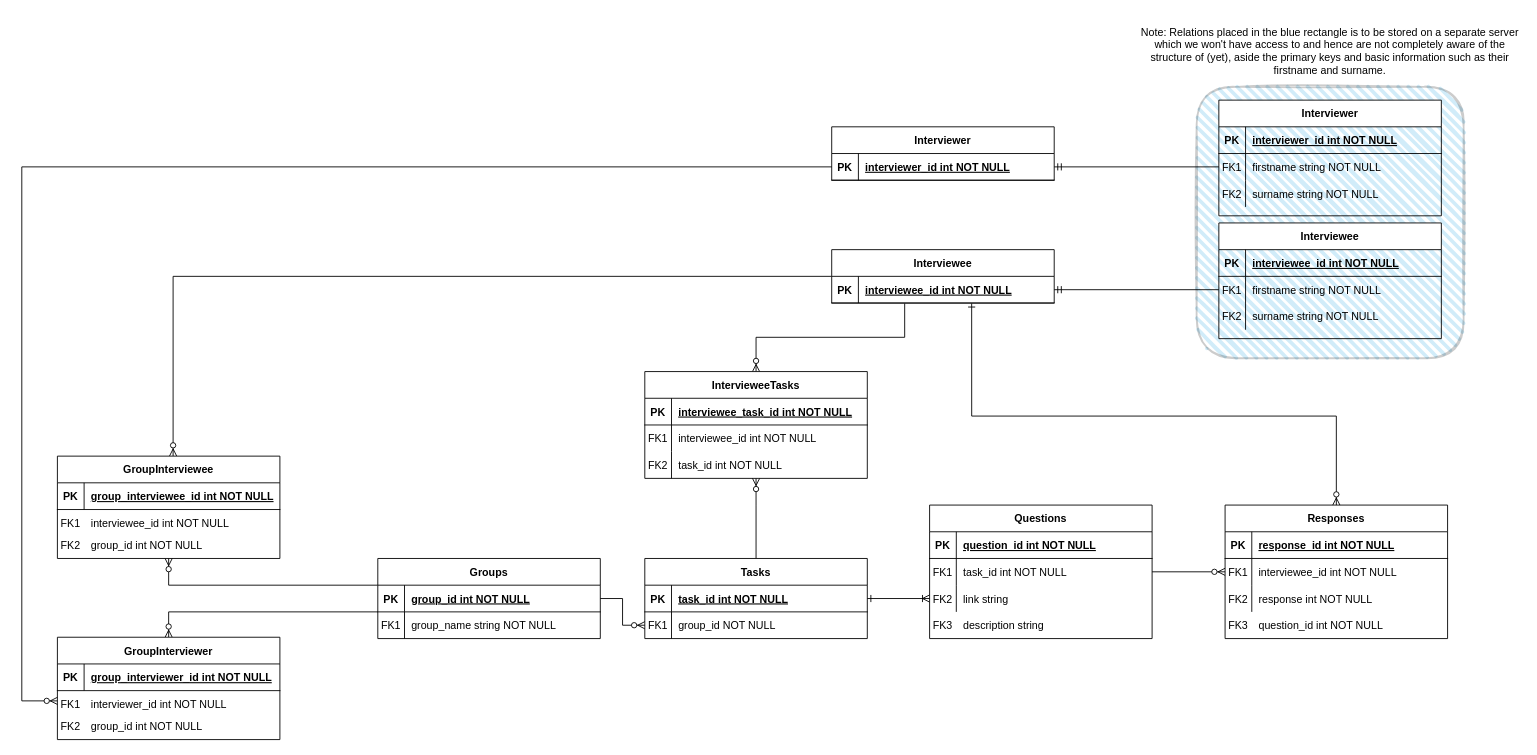
The draw.io diagram ActivityLeague.drawio in UCLComputerScience/COMP0016_2020_21_Team19, before the edit. Source tidied: cells renumbered, new cells numbered last; positions are measured from the earlier drawing's top-left corner, leaving out a move shared by most shapes. Both pictures are drawn from the tidied source at 89%, with x=0, y=0 at pixel (21, 15).
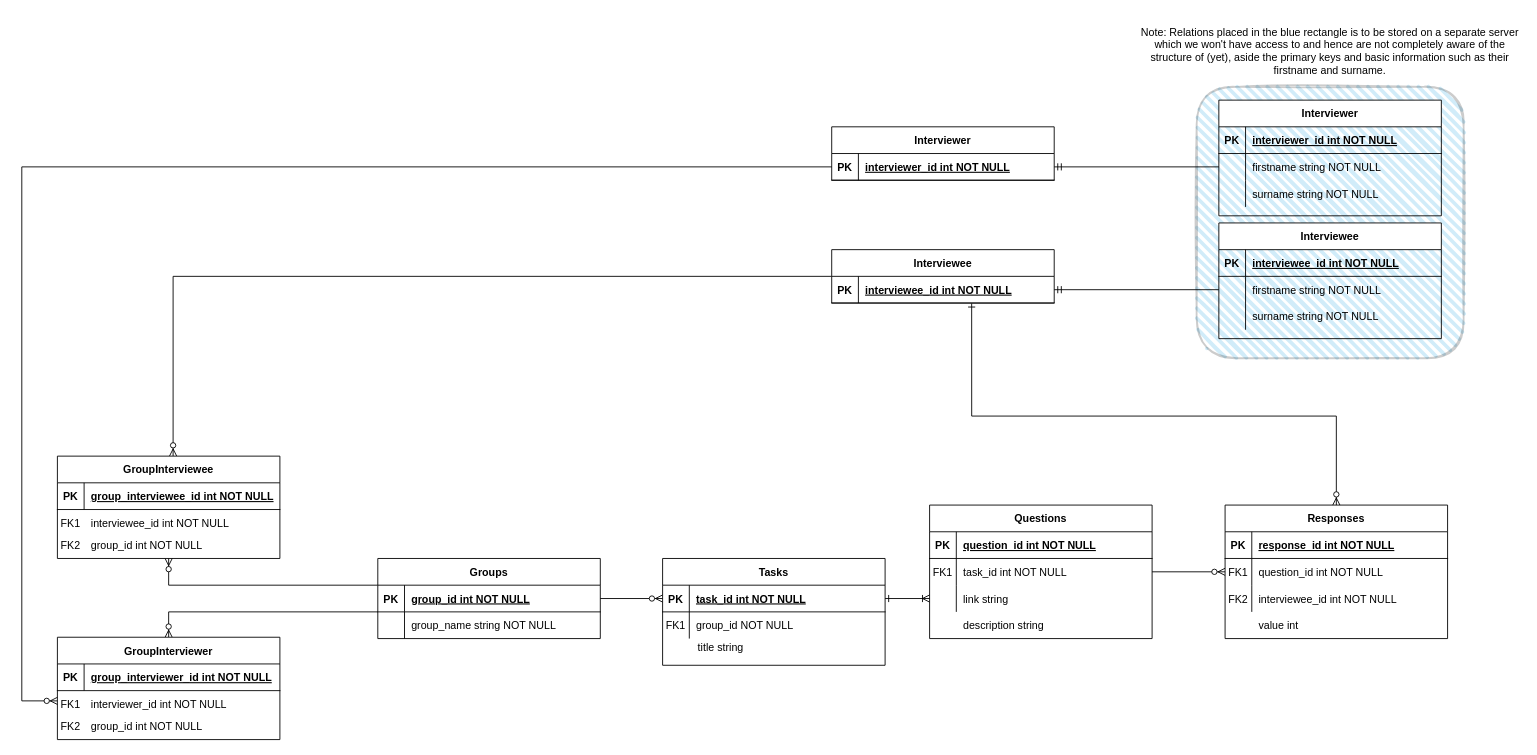
Above is the later version.

The change refers to these unchanged cells:
```xml
<mxCell id="7" style="shape=partialRectangle;fillColor=none;points=[[0,0.5],[1,0.5]];portConstraint=eastwest;top=0;left=0;right=0;bottom=1;" parent="6" vertex="1">
  <mxGeometry y="30" width="250" height="30" as="geometry" />
</mxCell>
<mxCell id="20" style="shape=partialRectangle;fillColor=none;points=[[0,0.5],[1,0.5]];portConstraint=eastwest;top=0;left=0;right=0;bottom=1;" parent="19" vertex="1">
  <mxGeometry y="30" width="250" height="30" as="geometry" />
</mxCell>
<mxCell id="23" style="shape=partialRectangle;fillColor=none;top=0;left=0;right=0;bottom=0;" parent="19" vertex="1">
  <mxGeometry y="60" width="250" height="30" as="geometry" />
</mxCell>
<mxCell id="39" style="group;" parent="1" vertex="1">
  <mxGeometry x="1020" y="550" width="250" height="150" as="geometry" />
</mxCell>
<mxCell id="47" style="shape=partialRectangle;fillColor=none;points=[[0,0.5],[1,0.5]];portConstraint=eastwest;top=0;left=0;right=0;bottom=0;" parent="40" vertex="1">
  <mxGeometry y="90" width="250" height="30" as="geometry" />
</mxCell>
<mxCell id="52" style="group;" parent="1" vertex="1">
  <mxGeometry x="1352" y="550" width="250" height="150" as="geometry" />
</mxCell>
<mxCell id="57" style="shape=partialRectangle;fillColor=none;points=[[0,0.5],[1,0.5]];portConstraint=eastwest;top=0;left=0;right=0;bottom=0;" parent="53" vertex="1">
  <mxGeometry y="60" width="250" height="30" as="geometry" />
</mxCell>
<mxCell id="60" style="shape=partialRectangle;fillColor=none;top=0;left=0;right=0;bottom=0;" parent="53" vertex="1">
  <mxGeometry y="90" width="250" height="30" as="geometry" />
</mxCell>
<mxCell id="69" style="shape=partialRectangle;fillColor=none;points=[[0,0.5],[1,0.5]];portConstraint=eastwest;top=0;left=0;right=0;bottom=0;" parent="65" vertex="1">
  <mxGeometry y="60" width="250" height="30" as="geometry" />
</mxCell>
<mxCell id="72" style="shape=partialRectangle;fillColor=none;top=0;left=0;right=0;bottom=0;" parent="65" vertex="1">
  <mxGeometry y="90" width="250" height="30" as="geometry" />
</mxCell>
<mxCell id="79" style="shape=partialRectangle;fillColor=none;points=[[0,0.5],[1,0.5]];portConstraint=eastwest;top=0;left=0;right=0;bottom=0;" parent="75" vertex="1">
  <mxGeometry y="60" width="250" height="30" as="geometry" />
</mxCell>
<mxCell id="82" style="shape=partialRectangle;fillColor=none;top=0;left=0;right=0;bottom=0;" parent="75" vertex="1">
  <mxGeometry y="90" width="250" height="30" as="geometry" />
</mxCell>
```

The edit, as a diff of the source:
```diff
@@
-    <mxCell id="3" style="edgeStyle=orthogonalEdgeStyle;rounded=0;jettySize=auto;html=1;exitX=0.5;exitY=0;exitDx=0;exitDy=0;entryX=0.5;entryY=1;entryDx=0;entryDy=0;startArrow=none;startFill=0;endArrow=ERzeroToMany;endFill=1;" parent="1" edge="1" source="12" target="92">
-      <mxGeometry relative="1" as="geometry">
-        <Array as="points">
-          <mxPoint x="825" y="550" />
-          <mxPoint x="825" y="550" />
-        </Array>
-      </mxGeometry>
-    </mxCell>
@@
-    <mxCell id="12" value="Tasks" style="shape=table;startSize=30;childLayout=tableLayout;rowLines=0;fontStyle=1;align=center;" parent="1" vertex="1">
-      <mxGeometry x="700" y="610" width="250" height="90" as="geometry" />
-    </mxCell>
-    <mxCell id="13" style="shape=partialRectangle;fillColor=none;points=[[0,0.5],[1,0.5]];portConstraint=eastwest;top=0;left=0;right=0;bottom=1;" parent="12" vertex="1">
-      <mxGeometry y="30" width="250" height="30" as="geometry" />
-    </mxCell>
-    <mxCell id="14" value="PK" style="shape=partialRectangle;overflow=hidden;fillColor=none;top=0;left=0;bottom=0;right=0;fontStyle=1;" parent="13" vertex="1">
-      <mxGeometry width="30" height="30" as="geometry" />
-    </mxCell>
-    <mxCell id="15" value="task_id int NOT NULL " style="shape=partialRectangle;overflow=hidden;fillColor=none;top=0;left=0;bottom=0;right=0;align=left;spacingLeft=6;fontStyle=5;" parent="13" vertex="1">
-      <mxGeometry x="30" width="220" height="30" as="geometry" />
-    </mxCell>
-    <mxCell id="16" style="shape=partialRectangle;fillColor=none;points=[[0,0.5],[1,0.5]];portConstraint=eastwest;top=0;left=0;right=0;bottom=0;" parent="12" vertex="1">
-      <mxGeometry y="60" width="250" height="30" as="geometry" />
-    </mxCell>
-    <mxCell id="17" value="FK1" style="shape=partialRectangle;overflow=hidden;fillColor=none;top=0;left=0;bottom=0;right=0;" parent="16" vertex="1">
-      <mxGeometry width="30" height="30" as="geometry" />
-    </mxCell>
-    <mxCell id="18" value="group_id NOT NULL" style="shape=partialRectangle;overflow=hidden;fillColor=none;top=0;left=0;bottom=0;right=0;align=left;spacingLeft=6;" parent="16" vertex="1">
-      <mxGeometry x="30" width="220" height="30" as="geometry" />
-    </mxCell>
@@
-    <mxCell id="24" value="FK1" style="shape=partialRectangle;overflow=hidden;fillColor=none;top=0;left=0;bottom=0;right=0;" parent="23" vertex="1">
+    <mxCell id="24" style="shape=partialRectangle;overflow=hidden;fillColor=none;top=0;left=0;bottom=0;right=0;" parent="23" vertex="1">
       <mxGeometry width="30" height="30" as="geometry" />
     </mxCell>
@@
-    <mxCell id="48" value="FK2" style="shape=partialRectangle;overflow=hidden;fillColor=none;top=0;left=0;bottom=0;right=0;" parent="47" vertex="1">
+    <mxCell id="48" style="shape=partialRectangle;overflow=hidden;fillColor=none;top=0;left=0;bottom=0;right=0;" parent="47" vertex="1">
       <mxGeometry width="30" height="30" as="geometry" />
     </mxCell>
@@
-    <mxCell id="50" value="FK3" style="shape=partialRectangle;overflow=hidden;fillColor=none;top=0;left=0;bottom=0;right=0;" parent="39" vertex="1">
-      <mxGeometry y="120" width="30" height="30" as="geometry" />
-    </mxCell>
@@
-    <mxCell id="59" value="interviewee_id int NOT NULL" style="shape=partialRectangle;overflow=hidden;fillColor=none;top=0;left=0;bottom=0;right=0;align=left;spacingLeft=6;" parent="57" vertex="1">
+    <mxCell id="59" value="question_id int NOT NULL" style="shape=partialRectangle;overflow=hidden;fillColor=none;top=0;left=0;bottom=0;right=0;align=left;spacingLeft=6;" parent="57" vertex="1">
       <mxGeometry x="30" width="220" height="30" as="geometry" />
     </mxCell>
@@
-    <mxCell id="62" value="response int NOT NULL" style="shape=partialRectangle;overflow=hidden;fillColor=none;top=0;left=0;bottom=0;right=0;align=left;spacingLeft=6;" parent="60" vertex="1">
+    <mxCell id="62" value="interviewee_id int NOT NULL" style="shape=partialRectangle;overflow=hidden;fillColor=none;top=0;left=0;bottom=0;right=0;align=left;spacingLeft=6;" parent="60" vertex="1">
       <mxGeometry x="30" width="220" height="30" as="geometry" />
     </mxCell>
-    <mxCell id="63" value="FK3" style="shape=partialRectangle;overflow=hidden;fillColor=none;top=0;left=0;bottom=0;right=0;" parent="52" vertex="1">
-      <mxGeometry y="120" width="30" height="30" as="geometry" />
-    </mxCell>
-    <mxCell id="64" value="question_id int NOT NULL" style="shape=partialRectangle;overflow=hidden;fillColor=none;top=0;left=0;bottom=0;right=0;align=left;spacingLeft=6;" parent="52" vertex="1">
+    <mxCell id="64" value="value int" style="shape=partialRectangle;overflow=hidden;fillColor=none;top=0;left=0;bottom=0;right=0;align=left;spacingLeft=6;" parent="52" vertex="1">
       <mxGeometry x="30" y="120" width="220" height="30" as="geometry" />
     </mxCell>
@@
-    <mxCell id="70" value="FK1" style="shape=partialRectangle;overflow=hidden;fillColor=none;top=0;left=0;bottom=0;right=0;" parent="69" vertex="1">
+    <mxCell id="70" style="shape=partialRectangle;overflow=hidden;fillColor=none;top=0;left=0;bottom=0;right=0;" parent="69" vertex="1">
       <mxGeometry width="30" height="30" as="geometry" />
     </mxCell>
@@
-    <mxCell id="73" value="FK2" style="shape=partialRectangle;overflow=hidden;fillColor=none;top=0;left=0;bottom=0;right=0;" parent="72" vertex="1">
+    <mxCell id="73" style="shape=partialRectangle;overflow=hidden;fillColor=none;top=0;left=0;bottom=0;right=0;" parent="72" vertex="1">
       <mxGeometry width="30" height="30" as="geometry" />
     </mxCell>
@@
-    <mxCell id="80" value="FK1" style="shape=partialRectangle;overflow=hidden;fillColor=none;top=0;left=0;bottom=0;right=0;" parent="79" vertex="1">
+    <mxCell id="80" style="shape=partialRectangle;overflow=hidden;fillColor=none;top=0;left=0;bottom=0;right=0;" parent="79" vertex="1">
       <mxGeometry width="30" height="30" as="geometry" />
     </mxCell>
@@
-    <mxCell id="83" value="FK2" style="shape=partialRectangle;overflow=hidden;fillColor=none;top=0;left=0;bottom=0;right=0;" parent="82" vertex="1">
+    <mxCell id="83" style="shape=partialRectangle;overflow=hidden;fillColor=none;top=0;left=0;bottom=0;right=0;" parent="82" vertex="1">
       <mxGeometry width="30" height="30" as="geometry" />
     </mxCell>
@@
-    <mxCell id="91" style="edgeStyle=orthogonalEdgeStyle;rounded=0;jettySize=auto;html=1;exitX=0.5;exitY=0;exitDx=0;exitDy=0;entryX=0.328;entryY=1.016;entryDx=0;entryDy=0;entryPerimeter=0;startArrow=ERzeroToMany;startFill=1;endArrow=none;endFill=0;" parent="1" edge="1" source="92" target="7">
-      <mxGeometry relative="1" as="geometry" />
-    </mxCell>
-    <mxCell id="92" value="IntervieweeTasks" style="shape=table;startSize=30;childLayout=tableLayout;rowLines=0;fontStyle=1;align=center;" parent="1" vertex="1">
-      <mxGeometry x="700" y="400" width="250" height="120" as="geometry" />
-    </mxCell>
-    <mxCell id="93" style="shape=partialRectangle;fillColor=none;top=0;left=0;right=0;bottom=1;" parent="92" vertex="1">
-      <mxGeometry y="30" width="250" height="30" as="geometry" />
-    </mxCell>
-    <mxCell id="94" value="PK" style="shape=partialRectangle;overflow=hidden;fillColor=none;top=0;left=0;bottom=0;right=0;fontStyle=1;" parent="93" vertex="1">
-      <mxGeometry width="30" height="30" as="geometry" />
-    </mxCell>
-    <mxCell id="95" value="interviewee_task_id int NOT NULL " style="shape=partialRectangle;overflow=hidden;fillColor=none;top=0;left=0;bottom=0;right=0;align=left;spacingLeft=6;fontStyle=5;" parent="93" vertex="1">
-      <mxGeometry x="30" width="220" height="30" as="geometry" />
-    </mxCell>
-    <mxCell id="96" style="shape=partialRectangle;fillColor=none;top=0;left=0;right=0;bottom=0;" parent="92" vertex="1">
-      <mxGeometry y="60" width="250" height="30" as="geometry" />
-    </mxCell>
-    <mxCell id="97" value="FK1" style="shape=partialRectangle;overflow=hidden;fillColor=none;top=0;left=0;bottom=0;right=0;" parent="96" vertex="1">
-      <mxGeometry width="30" height="30" as="geometry" />
-    </mxCell>
-    <mxCell id="98" value="interviewee_id int NOT NULL" style="shape=partialRectangle;overflow=hidden;fillColor=none;top=0;left=0;bottom=0;right=0;align=left;spacingLeft=6;" parent="96" vertex="1">
-      <mxGeometry x="30" width="220" height="30" as="geometry" />
-    </mxCell>
-    <mxCell id="99" style="shape=partialRectangle;fillColor=none;top=0;left=0;right=0;bottom=0;" parent="92" vertex="1">
-      <mxGeometry y="90" width="250" height="30" as="geometry" />
-    </mxCell>
-    <mxCell id="100" value="FK2" style="shape=partialRectangle;overflow=hidden;fillColor=none;top=0;left=0;bottom=0;right=0;" parent="99" vertex="1">
-      <mxGeometry width="30" height="30" as="geometry" />
-    </mxCell>
-    <mxCell id="101" value="task_id int NOT NULL" style="shape=partialRectangle;overflow=hidden;fillColor=none;top=0;left=0;bottom=0;right=0;align=left;spacingLeft=6;" parent="99" vertex="1">
-      <mxGeometry x="30" width="220" height="30" as="geometry" />
-    </mxCell>
-    <mxCell id="102" style="edgeStyle=orthogonalEdgeStyle;rounded=0;jettySize=auto;html=1;exitX=1;exitY=0.5;exitDx=0;exitDy=0;entryX=0;entryY=0.5;entryDx=0;entryDy=0;endArrow=ERzeroToMany;endFill=1;" parent="1" edge="1" source="20" target="16">
+    <mxCell id="102" style="edgeStyle=orthogonalEdgeStyle;rounded=0;jettySize=auto;html=1;exitX=1;exitY=0.5;exitDx=0;exitDy=0;entryX=0;entryY=0.5;entryDx=0;entryDy=0;endArrow=ERzeroToMany;endFill=1;" parent="1" edge="1" source="20" target="13">
       <mxGeometry relative="1" as="geometry" />
     </mxCell>
@@
+    <mxCell id="113" style="group;" parent="1" vertex="1">
+      <mxGeometry x="720" y="610" width="250" height="120" as="geometry" />
+    </mxCell>
+    <mxCell id="114" style="group;" parent="113" vertex="1">
+      <mxGeometry width="250" height="120" as="geometry" />
+    </mxCell>
+    <mxCell id="12" value="Tasks" style="shape=table;startSize=30;childLayout=tableLayout;rowLines=0;fontStyle=1;align=center;" parent="114" vertex="1">
+      <mxGeometry width="250" height="120" as="geometry" />
+    </mxCell>
+    <mxCell id="13" style="shape=partialRectangle;fillColor=none;points=[[0,0.5],[1,0.5]];portConstraint=eastwest;top=0;left=0;right=0;bottom=1;" parent="12" vertex="1">
+      <mxGeometry y="30" width="250" height="30" as="geometry" />
+    </mxCell>
+    <mxCell id="14" value="PK" style="shape=partialRectangle;overflow=hidden;fillColor=none;top=0;left=0;bottom=0;right=0;fontStyle=1;" parent="13" vertex="1">
+      <mxGeometry width="30" height="30" as="geometry" />
+    </mxCell>
+    <mxCell id="15" value="task_id int NOT NULL " style="shape=partialRectangle;overflow=hidden;fillColor=none;top=0;left=0;bottom=0;right=0;align=left;spacingLeft=6;fontStyle=5;" parent="13" vertex="1">
+      <mxGeometry x="30" width="220" height="30" as="geometry" />
+    </mxCell>
+    <mxCell id="16" style="shape=partialRectangle;fillColor=none;points=[[0,0.5],[1,0.5]];portConstraint=eastwest;top=0;left=0;right=0;bottom=0;" parent="12" vertex="1">
+      <mxGeometry y="60" width="250" height="30" as="geometry" />
+    </mxCell>
+    <mxCell id="17" value="FK1" style="shape=partialRectangle;overflow=hidden;fillColor=none;top=0;left=0;bottom=0;right=0;" parent="16" vertex="1">
+      <mxGeometry width="30" height="30" as="geometry" />
+    </mxCell>
+    <mxCell id="18" value="group_id NOT NULL" style="shape=partialRectangle;overflow=hidden;fillColor=none;top=0;left=0;bottom=0;right=0;align=left;spacingLeft=6;" parent="16" vertex="1">
+      <mxGeometry x="30" width="220" height="30" as="geometry" />
+    </mxCell>
+    <mxCell id="115" value="title string" style="text;html=1;align=center;verticalAlign=middle;" parent="114" vertex="1">
+      <mxGeometry x="30" y="90" width="70" height="20" as="geometry" />
+    </mxCell>
```
